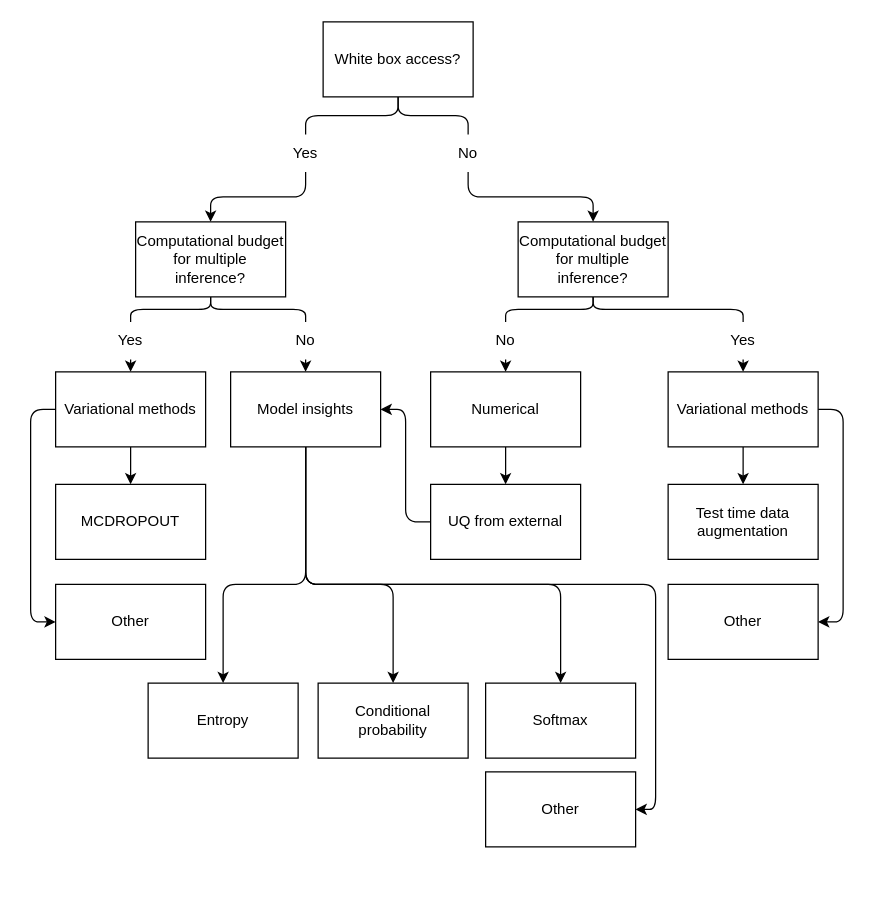
This is flowcharts/taxonomy.drawio from alan-turing-institute/ARC-SPICE, a draw.io file, before an edit. Source tidied: cells renumbered, new cells numbered last; positions are measured from the earlier drawing's top-left corner, leaving out a move shared by most shapes. Both pictures are drawn from the tidied source at 125%, with x=0, y=0 at pixel (30, 21).
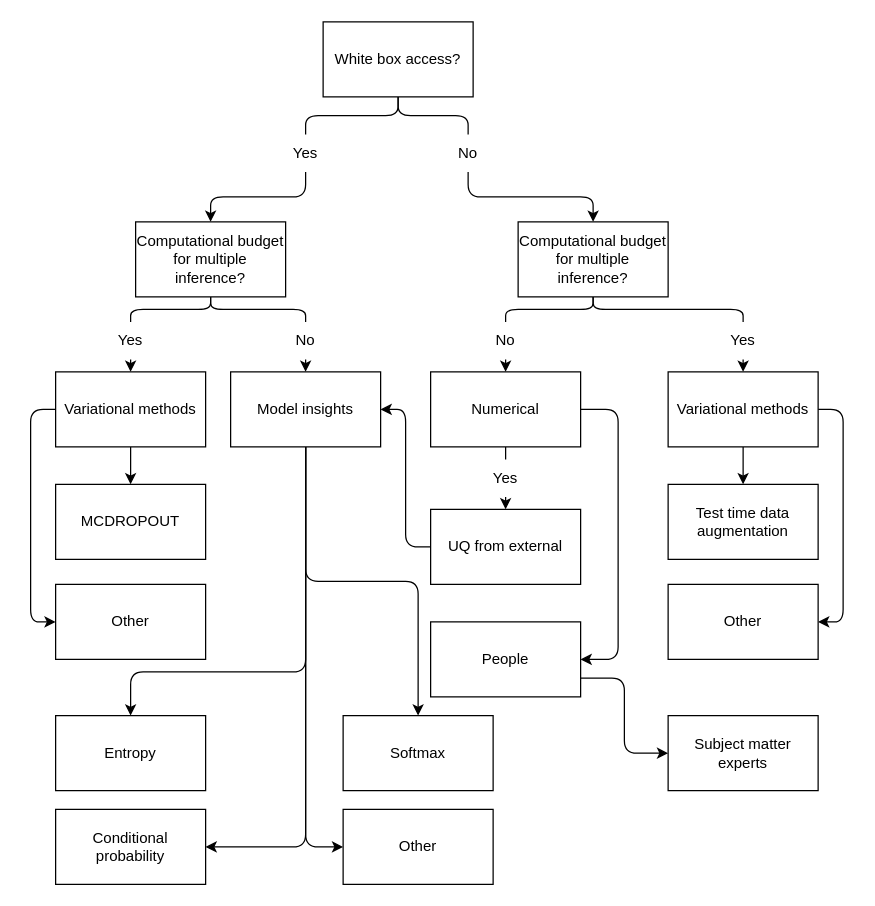
After the change.

Commit message (it also covers changes not shown here):
:arrow: updated flow charts

The change refers to these unchanged cells:
```xml
<mxCell id="18" value="Model insights" style="whiteSpace=wrap;html=1;" parent="1" vertex="1">
  <mxGeometry x="160" y="280" width="120" height="60" as="geometry" />
</mxCell>
<mxCell id="20" value="Numerical" style="whiteSpace=wrap;html=1;" parent="1" vertex="1">
  <mxGeometry x="320" y="280" width="120" height="60" as="geometry" />
</mxCell>
```

The edit, as a diff of the source:
```diff
@@
     <mxCell id="14" style="edgeStyle=orthogonalEdgeStyle;html=1;exitX=0.5;exitY=1;exitDx=0;exitDy=0;entryX=0.5;entryY=0;entryDx=0;entryDy=0;" parent="1" edge="1" source="18" target="30">
       <mxGeometry relative="1" as="geometry">
         <Array as="points">
-          <mxPoint x="220" y="450" />
-          <mxPoint x="154" y="450" />
+          <mxPoint x="220" y="520" />
+          <mxPoint x="80" y="520" />
         </Array>
       </mxGeometry>
     </mxCell>
-    <mxCell id="15" style="edgeStyle=orthogonalEdgeStyle;html=1;exitX=0.5;exitY=1;exitDx=0;exitDy=0;entryX=0.5;entryY=0;entryDx=0;entryDy=0;" parent="1" edge="1" source="18" target="31">
-      <mxGeometry relative="1" as="geometry">
-        <Array as="points">
-          <mxPoint x="220" y="450" />
-          <mxPoint x="290" y="450" />
-        </Array>
-      </mxGeometry>
+    <mxCell id="15" style="edgeStyle=orthogonalEdgeStyle;html=1;exitX=0.5;exitY=1;exitDx=0;exitDy=0;entryX=1;entryY=0.5;entryDx=0;entryDy=0;" parent="1" edge="1" source="18" target="31">
+      <mxGeometry relative="1" as="geometry" />
     </mxCell>
     <mxCell id="16" style="edgeStyle=orthogonalEdgeStyle;html=1;exitX=0.5;exitY=1;exitDx=0;exitDy=0;entryX=0.5;entryY=0;entryDx=0;entryDy=0;" parent="1" edge="1" source="18" target="32">
-      <mxGeometry relative="1" as="geometry">
-        <Array as="points">
-          <mxPoint x="220" y="450" />
-          <mxPoint x="424" y="450" />
-        </Array>
-      </mxGeometry>
+      <mxGeometry relative="1" as="geometry" />
     </mxCell>
-    <mxCell id="17" style="edgeStyle=orthogonalEdgeStyle;html=1;exitX=0.5;exitY=1;exitDx=0;exitDy=0;entryX=1;entryY=0.5;entryDx=0;entryDy=0;" parent="1" edge="1" source="18" target="33">
-      <mxGeometry relative="1" as="geometry">
-        <Array as="points">
-          <mxPoint x="220" y="450" />
-          <mxPoint x="500" y="450" />
-          <mxPoint x="500" y="630" />
-        </Array>
-      </mxGeometry>
+    <mxCell id="17" style="edgeStyle=orthogonalEdgeStyle;html=1;exitX=0.5;exitY=1;exitDx=0;exitDy=0;entryX=0;entryY=0.5;entryDx=0;entryDy=0;" parent="1" edge="1" source="18" target="33">
+      <mxGeometry relative="1" as="geometry" />
     </mxCell>
@@
-    <mxCell id="19" style="edgeStyle=orthogonalEdgeStyle;html=1;exitX=0.5;exitY=1;exitDx=0;exitDy=0;entryX=0.5;entryY=0;entryDx=0;entryDy=0;" parent="1" edge="1" source="20" target="25">
+    <mxCell id="19" style="edgeStyle=orthogonalEdgeStyle;html=1;exitX=0.5;exitY=1;exitDx=0;exitDy=0;entryX=0.5;entryY=0;entryDx=0;entryDy=0;startArrow=none;" parent="1" edge="1" source="51" target="25">
       <mxGeometry relative="1" as="geometry" />
     </mxCell>
+    <mxCell id="46" style="edgeStyle=orthogonalEdgeStyle;html=1;exitX=1;exitY=0.5;exitDx=0;exitDy=0;entryX=1;entryY=0.5;entryDx=0;entryDy=0;" parent="1" edge="1" source="20" target="48">
+      <mxGeometry relative="1" as="geometry">
+        <Array as="points">
+          <mxPoint x="470" y="310" />
+          <mxPoint x="470" y="510" />
+        </Array>
+      </mxGeometry>
+    </mxCell>
@@
     <mxCell id="25" value="UQ from external" style="whiteSpace=wrap;html=1;" parent="1" vertex="1">
-      <mxGeometry x="320" y="370" width="120" height="60" as="geometry" />
+      <mxGeometry x="320" y="390" width="120" height="60" as="geometry" />
     </mxCell>
@@
     <mxCell id="30" value="Entropy" style="whiteSpace=wrap;html=1;" parent="1" vertex="1">
-      <mxGeometry x="94" y="529" width="120" height="60" as="geometry" />
+      <mxGeometry x="20" y="555" width="120" height="60" as="geometry" />
     </mxCell>
     <mxCell id="31" value="Conditional probability" style="whiteSpace=wrap;html=1;" parent="1" vertex="1">
-      <mxGeometry x="230" y="529" width="120" height="60" as="geometry" />
+      <mxGeometry x="20" y="630" width="120" height="60" as="geometry" />
     </mxCell>
     <mxCell id="32" value="Softmax" style="whiteSpace=wrap;html=1;" parent="1" vertex="1">
-      <mxGeometry x="364" y="529" width="120" height="60" as="geometry" />
+      <mxGeometry x="250" y="555" width="120" height="60" as="geometry" />
     </mxCell>
     <mxCell id="33" value="Other" style="whiteSpace=wrap;html=1;" parent="1" vertex="1">
-      <mxGeometry x="364" y="600" width="120" height="60" as="geometry" />
+      <mxGeometry x="250" y="630" width="120" height="60" as="geometry" />
     </mxCell>
@@
+    <mxCell id="47" style="edgeStyle=orthogonalEdgeStyle;html=1;exitX=1;exitY=0.75;exitDx=0;exitDy=0;entryX=0;entryY=0.5;entryDx=0;entryDy=0;" parent="1" edge="1" source="48" target="49">
+      <mxGeometry relative="1" as="geometry" />
+    </mxCell>
+    <mxCell id="48" value="People" style="whiteSpace=wrap;html=1;" parent="1" vertex="1">
+      <mxGeometry x="320" y="480" width="120" height="60" as="geometry" />
+    </mxCell>
+    <mxCell id="49" value="Subject matter experts" style="whiteSpace=wrap;html=1;" parent="1" vertex="1">
+      <mxGeometry x="510" y="555" width="120" height="60" as="geometry" />
+    </mxCell>
+    <mxCell id="50" style="edgeStyle=orthogonalEdgeStyle;html=1;exitX=0.5;exitY=1;exitDx=0;exitDy=0;entryX=0.5;entryY=0;entryDx=0;entryDy=0;endArrow=none;" parent="1" edge="1" source="20" target="51">
+      <mxGeometry relative="1" as="geometry" />
+    </mxCell>
+    <mxCell id="51" value="Yes" style="text;strokeColor=none;align=center;fillColor=none;html=1;verticalAlign=middle;whiteSpace=wrap;rounded=0;" parent="1" vertex="1">
+      <mxGeometry x="350" y="350" width="60" height="30" as="geometry" />
+    </mxCell>
```
